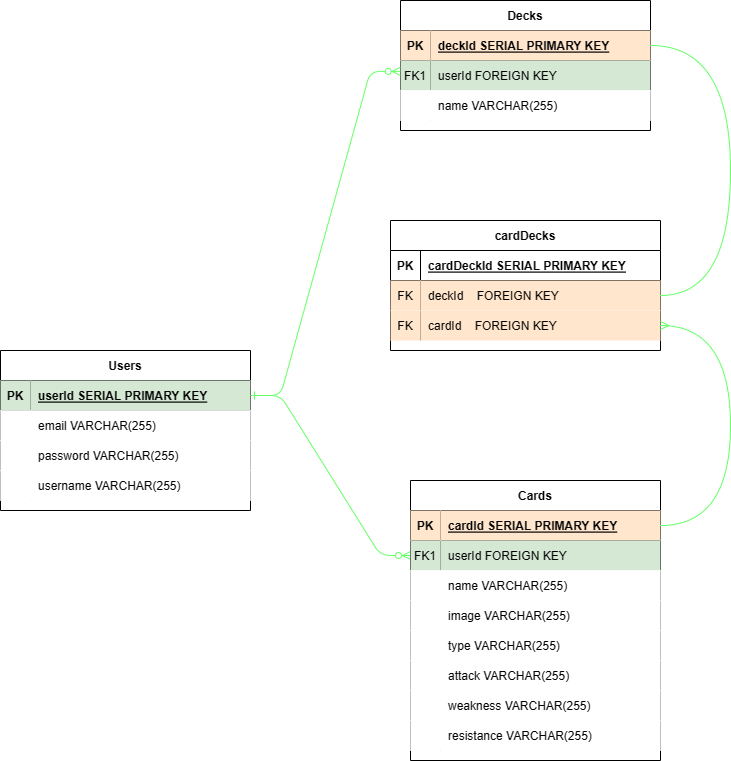
JonDmc/PokeTCG keeps this draw.io diagram as erd.drawio.png. Above is the earlier version. Source tidied: cells renumbered, new cells last; positions are measured from the earlier drawing's top-left corner, leaving out a move shared by most shapes.
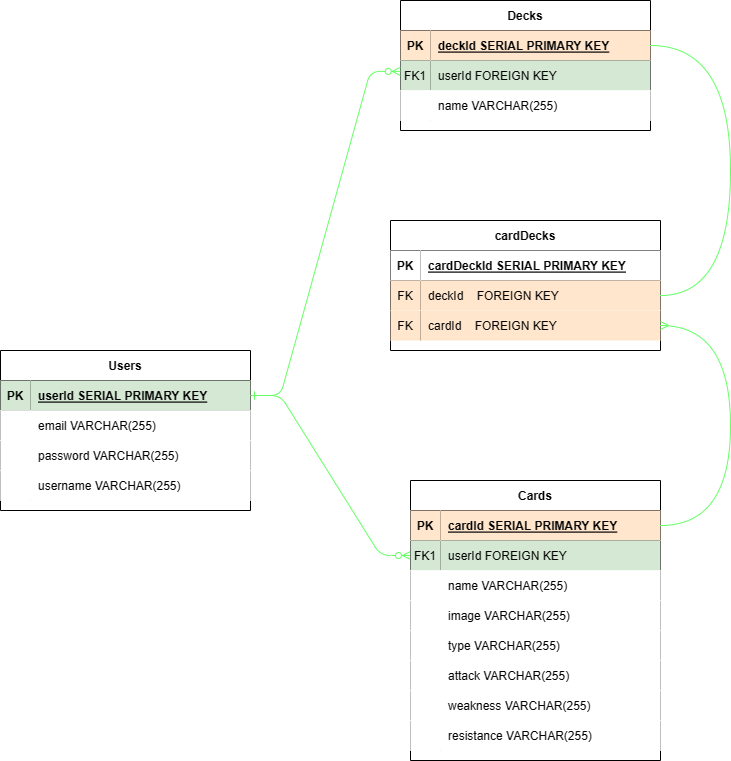
The same file after the commit.

Diff of the diagram source:
```diff
@@ -158,10 +158,10 @@
     <mxCell id="53" style="shape=tableRow;horizontal=0;startSize=0;swimlaneHead=0;swimlaneBody=0;fillColor=none;top=0;left=0;right=0;bottom=1;" parent="52" vertex="1">
       <mxGeometry y="30" width="270" height="30" as="geometry" />
     </mxCell>
-    <mxCell id="54" value="PK" style="shape=partialRectangle;fillColor=none;top=0;left=0;bottom=0;right=0;fontStyle=1;overflow=hidden;" parent="53" vertex="1">
+    <mxCell id="54" value="PK" style="shape=partialRectangle;top=0;left=0;bottom=0;right=0;fontStyle=1;overflow=hidden;" parent="53" vertex="1">
       <mxGeometry width="30" height="30" as="geometry" />
     </mxCell>
-    <mxCell id="55" value="cardDeckId SERIAL PRIMARY KEY" style="shape=partialRectangle;fillColor=none;top=0;left=0;bottom=0;right=0;align=left;spacingLeft=6;fontStyle=5;overflow=hidden;" parent="53" vertex="1">
+    <mxCell id="55" value="cardDeckId SERIAL PRIMARY KEY" style="shape=partialRectangle;top=0;left=0;bottom=0;right=0;align=left;spacingLeft=6;fontStyle=5;overflow=hidden;" parent="53" vertex="1">
       <mxGeometry x="30" width="240" height="30" as="geometry" />
     </mxCell>
     <mxCell id="56" style="shape=tableRow;horizontal=0;startSize=0;swimlaneHead=0;swimlaneBody=0;fillColor=none;points=[[0,0.5],[1,0.5]];portConstraint=eastwest;top=0;left=0;right=0;bottom=0;" parent="52" vertex="1">
```
